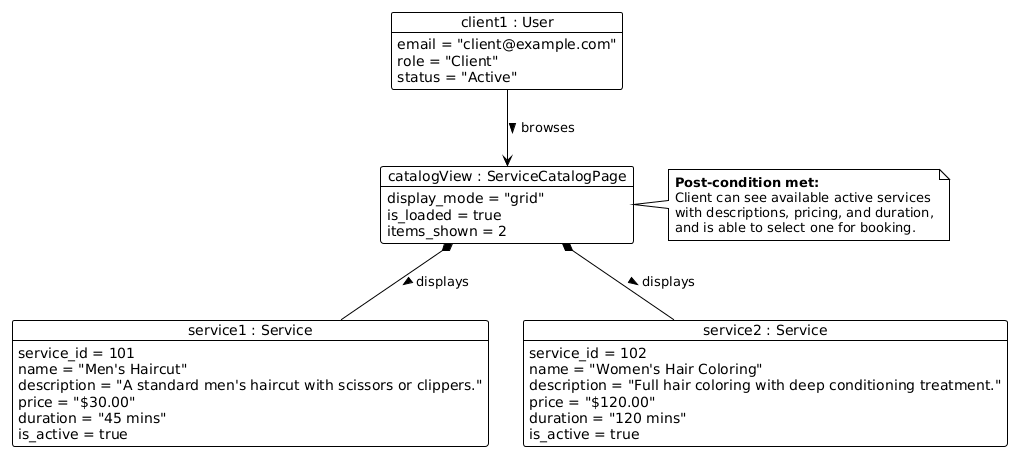
This is Service_Catalog_Object_Diagram.png from mahxri/COMP2171-Hair-Booking, a PlantUML export, as it was before one commit.
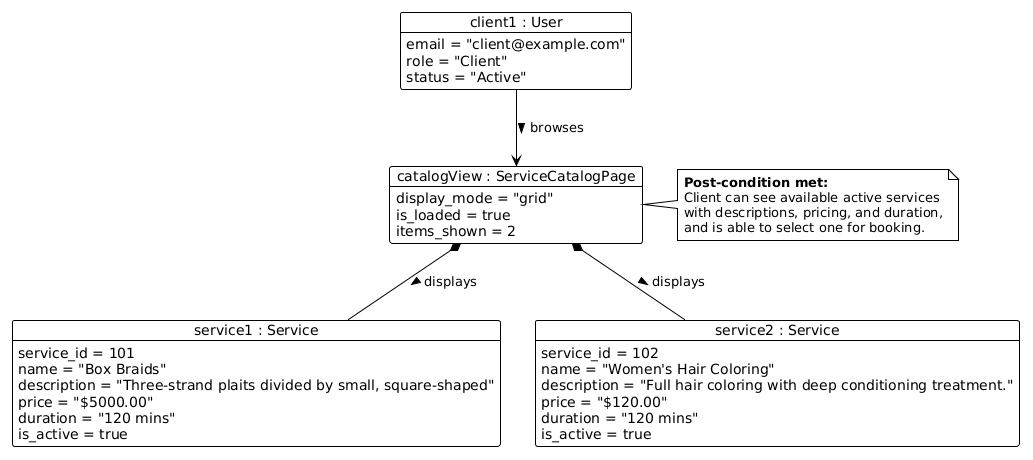
Later version of the same file.

The edit, as a diff of the source:
```diff
@@ -15,10 +15,10 @@
 
 object "service1 : Service" as haircut {
   service_id = 101
-  name = "Men's Haircut"
-  description = "A standard men's haircut with scissors or clippers."
-  price = "$30.00"
-  duration = "45 mins"
+  name = "Box Braids"
+  description = "Three-strand plaits divided by small, square-shaped"
+  price = "$5000.00"
+  duration = "120 mins"
   is_active = true
 }
 
```
